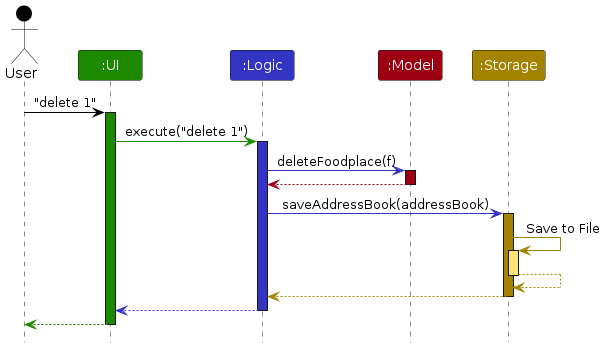
AY2526S1-CS2103T-W14-2/tp keeps this PlantUML diagram as diagrams/ArchitectureSequenceDiagram.png. Above is the earlier version. Its source is kept beside it as diagrams/ArchitectureSequenceDiagram.puml.
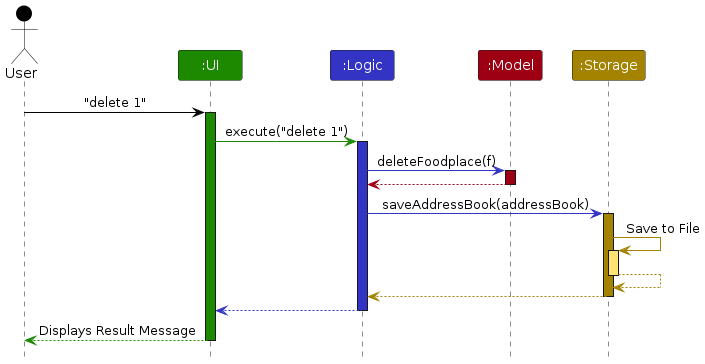
The same file after the commit.

Diff of the diagram source:
```diff
@@ -17,7 +17,7 @@
 logic -[LOGIC_COLOR]> model : deleteFoodplace(f)
 activate model MODEL_COLOR
 
-model -[MODEL_COLOR]-> logic
+model -[MODEL_COLOR]-> logic :
 deactivate model
 
 logic -[LOGIC_COLOR]> storage : saveAddressBook(addressBook)
@@ -28,12 +28,12 @@
 storage --[STORAGE_COLOR]> storage
 deactivate storage
 
-storage --[STORAGE_COLOR]> logic
+storage --[STORAGE_COLOR]> logic :
 deactivate storage
 
 logic --[LOGIC_COLOR]> ui
 deactivate logic
 
-ui--[UI_COLOR]> user
+ui--[UI_COLOR]> user : Displays Result Message
 deactivate ui
 @enduml
```
